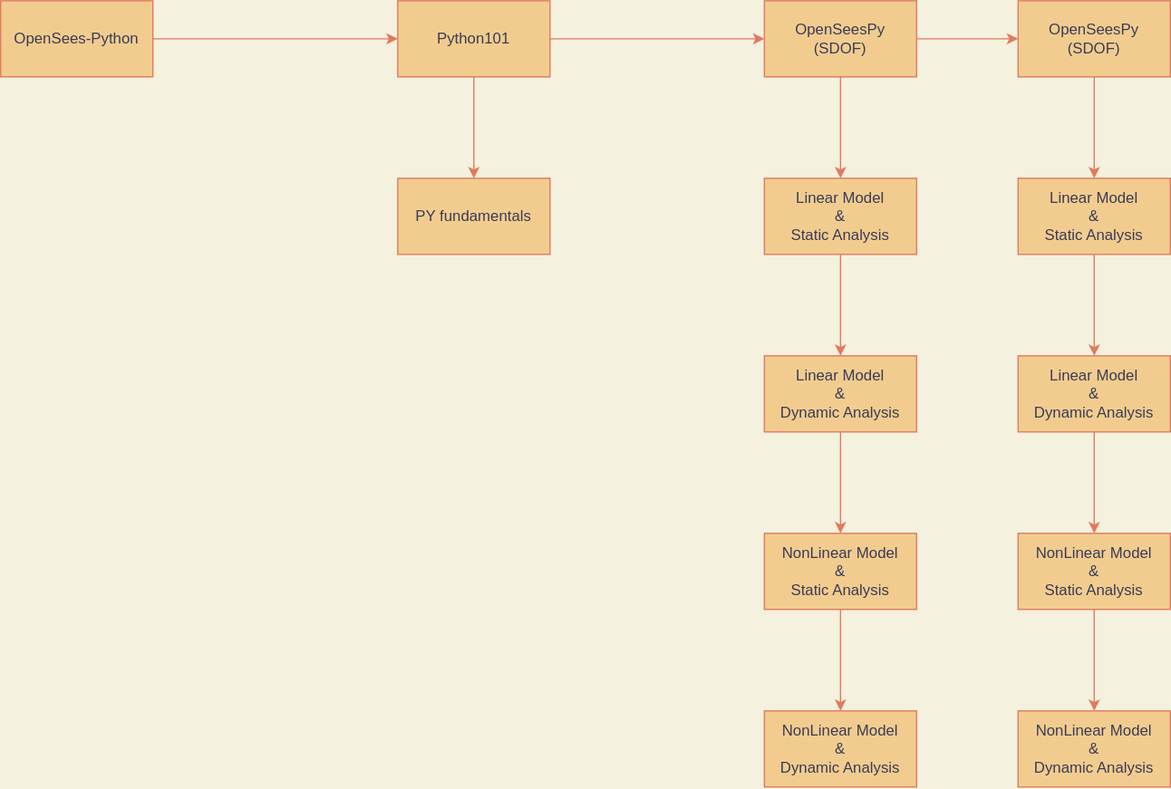
Before: Python-OpenSeesPy/img/aad_OSW-6ICEES.drawio.svg, a diagram exported from draw.io (volkanozsarac/OSW-6ICEES). Source tidied: cells renumbered, new cells last; positions are measured from the earlier drawing's top-left corner, leaving out a move shared by most shapes.
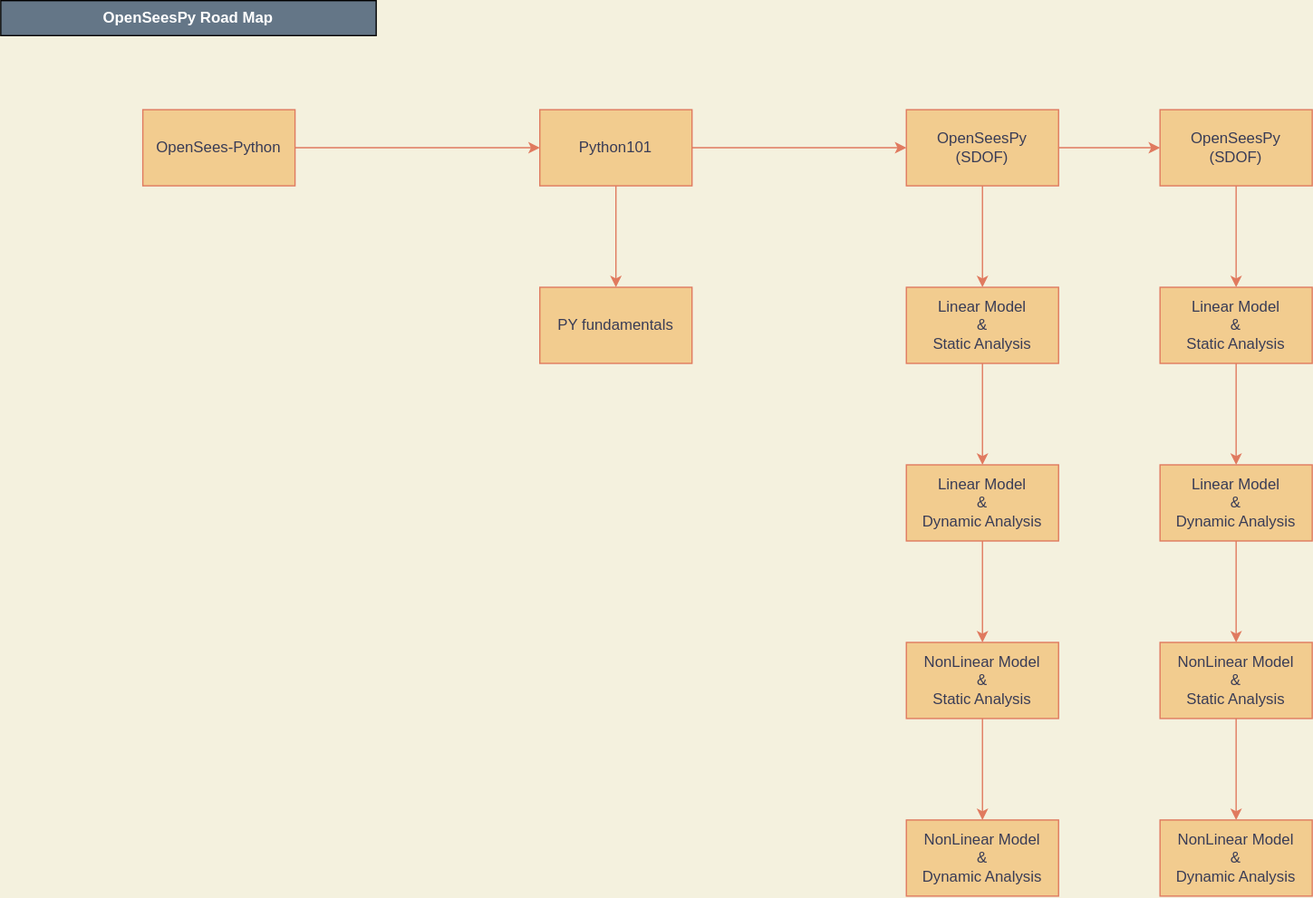
After the change.

What changed in the source:
```diff
@@ -77,5 +77,8 @@
     <mxCell id="26" value="NonLinear Model&lt;br&gt;&amp;amp;&lt;br&gt;Dynamic Analysis" style="rounded=0;whiteSpace=wrap;html=1;fillColor=#F2CC8F;strokeColor=#E07A5F;fontColor=#393C56;" parent="1" vertex="1">
       <mxGeometry x="802" y="560" width="120" height="60" as="geometry" />
     </mxCell>
+    <mxCell id="27" value="OpenSeesPy Road Map" style="rounded=0;whiteSpace=wrap;html=1;sketch=0;fontColor=#ffffff;fillColor=#647687;fontStyle=1;" parent="1" vertex="1">
+      <mxGeometry x="-112" y="-86" width="296" height="27.6" as="geometry" />
+    </mxCell>
   </root>
 </mxGraphModel>
```
